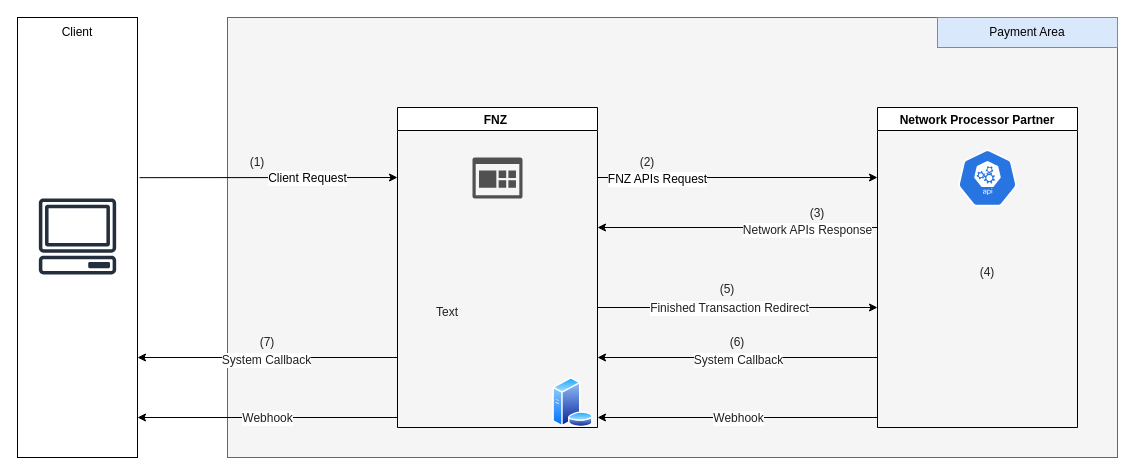
Earlier version of the draw.io diagram Untitled Diagram.drawio (LiamT0801/repo2). Source tidied: cells renumbered, new cells numbered last; positions are measured from the earlier drawing's top-left corner, leaving out a move shared by most shapes. Both pictures are drawn from the tidied source at 100%, with x=0, y=0 at pixel (17, 17).
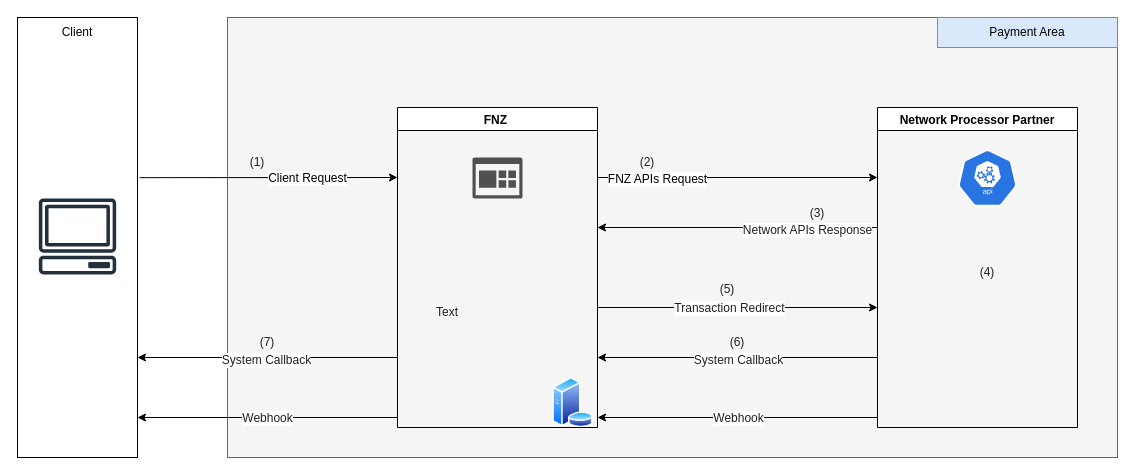
The same page after the edit.

The change refers to these unchanged cells:
```xml
<mxCell id="16" style="endArrow=classic;html=1;rounded=0;" parent="1" edge="1">
  <mxGeometry relative="1" as="geometry">
    <mxPoint x="580" y="290" as="sourcePoint" />
    <mxPoint x="860" y="290" as="targetPoint" />
  </mxGeometry>
</mxCell>
```

Diff of the diagram source:
```diff
@@
-    <mxCell id="17" value="Finished Transaction Redirect" style="edgeLabel;html=1;align=center;verticalAlign=middle;fontSize=12;fontColor=#212121;" parent="16" vertex="1">
+    <mxCell id="17" value="Transaction Redirect" style="edgeLabel;html=1;align=center;verticalAlign=middle;fontSize=12;fontColor=#212121;" parent="16" vertex="1">
       <mxGeometry x="-0.16" y="-1" relative="1" as="geometry">
         <mxPoint x="13" y="-1" as="offset" />
       </mxGeometry>
     </mxCell>
```
